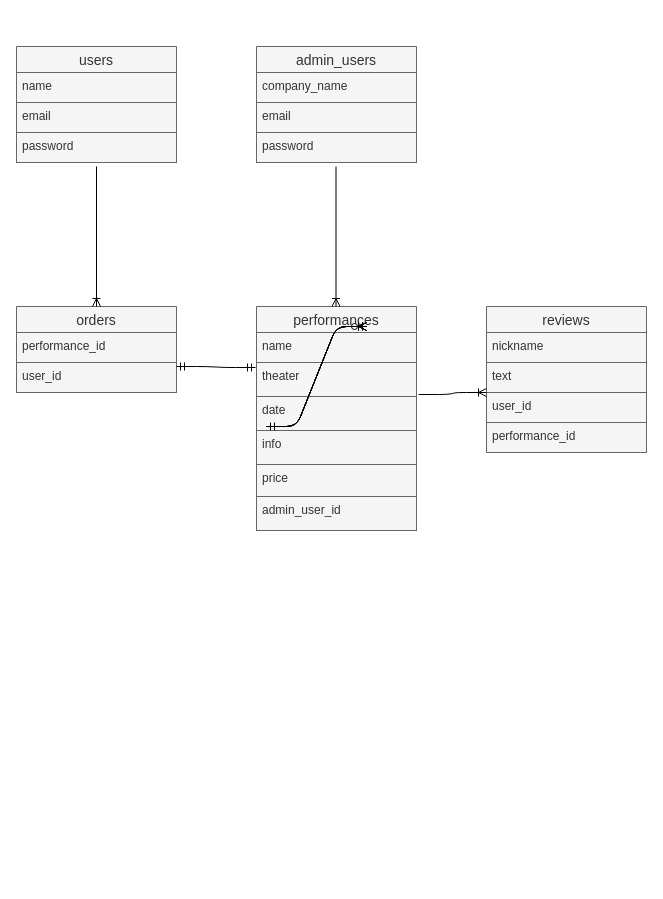
Before: ER図.dio in TakuKunimatsu/tickets, a draw.io diagram. Source tidied: cells renumbered, new cells numbered last; positions are measured from the earlier drawing's top-left corner, leaving out a move shared by most shapes. Both pictures are drawn from the tidied source at 100%, with x=0, y=0 at pixel (16, 46).
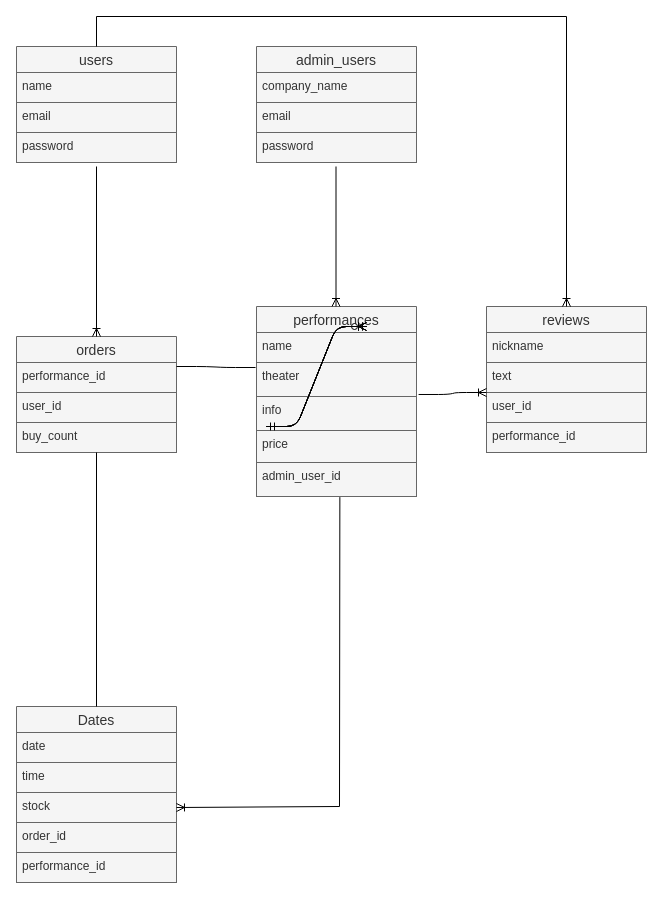
The same diagram, later.

Unchanged cells that the change refers to:
```xml
<mxCell id="2" value="users" style="swimlane;fontStyle=0;horizontal=1;startSize=26;align=center;fontSize=14;fillColor=#f5f5f5;fontColor=#333333;strokeColor=#666666;" parent="1" vertex="1">
  <mxGeometry width="160" height="116" as="geometry" />
</mxCell>
<mxCell id="12" value="theater" style="text;strokeColor=#666666;fillColor=#f5f5f5;spacingLeft=4;spacingRight=4;overflow=hidden;points=[[0,0.5],[1,0.5]];portConstraint=eastwest;fontSize=12;fontColor=#333333;" parent="10" vertex="1">
  <mxGeometry y="56" width="160" height="34" as="geometry" />
</mxCell>
<mxCell id="17" value="reviews" style="swimlane;fontStyle=0;horizontal=1;startSize=26;align=center;fontSize=14;fillColor=#f5f5f5;fontColor=#333333;strokeColor=#666666;" parent="1" vertex="1">
  <mxGeometry x="470" y="260" width="160" height="146" as="geometry" />
</mxCell>
```

Diff of the diagram source:
```diff
@@
     <mxCell id="10" value="performances" style="swimlane;fontStyle=0;horizontal=1;startSize=26;align=center;fontSize=14;fillColor=#f5f5f5;fontColor=#333333;strokeColor=#666666;" parent="1" vertex="1">
-      <mxGeometry x="240" y="260" width="160" height="224" as="geometry" />
+      <mxGeometry x="240" y="260" width="160" height="190" as="geometry" />
     </mxCell>
@@
-    <mxCell id="13" value="date" style="text;strokeColor=#666666;fillColor=#f5f5f5;spacingLeft=4;spacingRight=4;overflow=hidden;fontSize=12;fontColor=#333333;" parent="10" vertex="1">
-      <mxGeometry y="90" width="160" height="34" as="geometry" />
-    </mxCell>
     <mxCell id="14" value="info" style="text;strokeColor=#666666;fillColor=#f5f5f5;spacingLeft=4;spacingRight=4;overflow=hidden;fontSize=12;fontColor=#333333;" parent="10" vertex="1">
-      <mxGeometry y="124" width="160" height="34" as="geometry" />
+      <mxGeometry y="90" width="160" height="34" as="geometry" />
     </mxCell>
     <mxCell id="15" value="price" style="text;strokeColor=#666666;fillColor=#f5f5f5;spacingLeft=4;spacingRight=4;overflow=hidden;fontSize=12;fontColor=#333333;" parent="10" vertex="1">
-      <mxGeometry y="158" width="160" height="32" as="geometry" />
+      <mxGeometry y="124" width="160" height="32" as="geometry" />
     </mxCell>
     <mxCell id="16" value="admin_user_id" style="text;strokeColor=#666666;fillColor=#f5f5f5;spacingLeft=4;spacingRight=4;overflow=hidden;points=[[0,0.5],[1,0.5]];portConstraint=eastwest;fontSize=12;fontColor=#333333;" parent="10" vertex="1">
-      <mxGeometry y="190" width="160" height="34" as="geometry" />
+      <mxGeometry y="156" width="160" height="34" as="geometry" />
     </mxCell>
@@
     <mxCell id="22" value="orders" style="swimlane;fontStyle=0;horizontal=1;startSize=26;align=center;fontSize=14;fillColor=#f5f5f5;fontColor=#333333;strokeColor=#666666;" parent="1" vertex="1">
-      <mxGeometry y="260" width="160" height="86" as="geometry" />
+      <mxGeometry y="290" width="160" height="116" as="geometry" />
     </mxCell>
@@
+    <mxCell id="34" value="buy_count" style="text;strokeColor=#666666;fillColor=#f5f5f5;spacingLeft=4;spacingRight=4;overflow=hidden;fontSize=12;fontColor=#333333;" parent="22" vertex="1">
+      <mxGeometry y="86" width="160" height="30" as="geometry" />
+    </mxCell>
@@
-    <mxCell id="28" style="fontSize=12;html=1;endArrow=ERoneToMany;entryX=0.5;entryY=0;entryDx=0;entryDy=0;" parent="1" edge="1" target="22">
+    <mxCell id="28" style="fontSize=12;html=1;endArrow=ERoneToMany;" parent="1" edge="1">
       <mxGeometry relative="1" as="geometry">
         <mxPoint x="80" y="120" as="sourcePoint" />
+        <mxPoint x="80" y="290" as="targetPoint" />
       </mxGeometry>
     </mxCell>
@@
-    <mxCell id="33" style="edgeStyle=entityRelationEdgeStyle;fontSize=12;html=1;endArrow=ERmandOne;startArrow=ERmandOne;entryX=-0.006;entryY=0.147;entryDx=0;entryDy=0;entryPerimeter=0;" parent="1" edge="1" target="12">
+    <mxCell id="33" style="edgeStyle=entityRelationEdgeStyle;fontSize=12;html=1;endArrow=none;startArrow=none;entryX=-0.006;entryY=0.147;entryDx=0;entryDy=0;entryPerimeter=0;startFill=0;endFill=0;" parent="1" edge="1" target="12">
       <mxGeometry relative="1" as="geometry">
         <mxPoint x="160" y="320" as="sourcePoint" />
       </mxGeometry>
     </mxCell>
+    <mxCell id="35" value="Dates" style="swimlane;fontStyle=0;horizontal=1;startSize=26;align=center;fontSize=14;fillColor=#f5f5f5;fontColor=#333333;strokeColor=#666666;" parent="1" vertex="1">
+      <mxGeometry y="660" width="160" height="176" as="geometry" />
+    </mxCell>
+    <mxCell id="13" value="date" style="text;strokeColor=#666666;fillColor=#f5f5f5;spacingLeft=4;spacingRight=4;overflow=hidden;fontSize=12;fontColor=#333333;" parent="35" vertex="1">
+      <mxGeometry y="26" width="160" height="30" as="geometry" />
+    </mxCell>
+    <mxCell id="36" value="time" style="text;strokeColor=#666666;fillColor=#f5f5f5;spacingLeft=4;spacingRight=4;overflow=hidden;fontSize=12;fontColor=#333333;" parent="35" vertex="1">
+      <mxGeometry y="56" width="160" height="30" as="geometry" />
+    </mxCell>
+    <mxCell id="37" value="stock" style="text;strokeColor=#666666;fillColor=#f5f5f5;spacingLeft=4;spacingRight=4;overflow=hidden;points=[[0,0.5],[1,0.5]];portConstraint=eastwest;fontSize=12;fontColor=#333333;" parent="35" vertex="1">
+      <mxGeometry y="86" width="160" height="30" as="geometry" />
+    </mxCell>
+    <mxCell id="38" value="order_id" style="text;strokeColor=#666666;fillColor=#f5f5f5;spacingLeft=4;spacingRight=4;overflow=hidden;fontSize=12;fontColor=#333333;" parent="35" vertex="1">
+      <mxGeometry y="116" width="160" height="30" as="geometry" />
+    </mxCell>
+    <mxCell id="39" value="performance_id" style="text;strokeColor=#666666;fillColor=#f5f5f5;spacingLeft=4;spacingRight=4;overflow=hidden;fontSize=12;fontColor=#333333;" parent="35" vertex="1">
+      <mxGeometry y="146" width="160" height="30" as="geometry" />
+    </mxCell>
+    <mxCell id="40" style="endArrow=none;html=1;rounded=0;exitX=0.5;exitY=1;exitDx=0;exitDy=0;endFill=0;" parent="1" edge="1" source="22" target="35">
+      <mxGeometry relative="1" as="geometry" />
+    </mxCell>
+    <mxCell id="41" style="endArrow=none;html=1;rounded=0;entryX=0.521;entryY=1.018;entryDx=0;entryDy=0;entryPerimeter=0;exitX=1;exitY=0.5;exitDx=0;exitDy=0;startArrow=ERoneToMany;startFill=0;" parent="1" edge="1" source="37" target="16">
+      <mxGeometry relative="1" as="geometry">
+        <Array as="points">
+          <mxPoint x="323" y="760" />
+        </Array>
+      </mxGeometry>
+    </mxCell>
+    <mxCell id="42" style="endArrow=ERoneToMany;html=1;rounded=0;entryX=0.5;entryY=0;entryDx=0;entryDy=0;exitX=0.5;exitY=0;exitDx=0;exitDy=0;endFill=0;" parent="1" edge="1" source="2" target="17">
+      <mxGeometry relative="1" as="geometry">
+        <Array as="points">
+          <mxPoint x="80" y="-30" />
+          <mxPoint x="550" y="-30" />
+        </Array>
+      </mxGeometry>
+    </mxCell>
```
